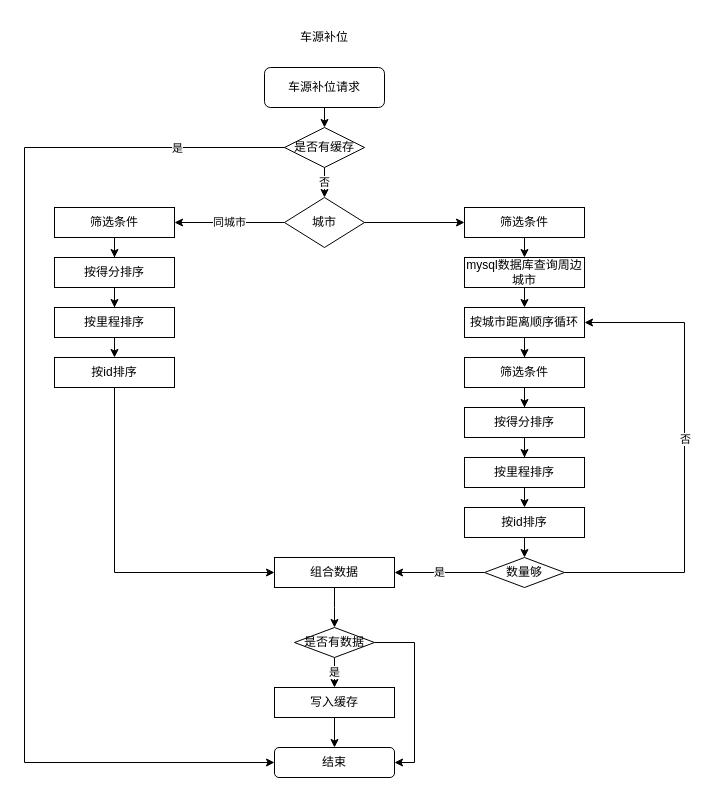
This is page "Page-1" (1 of 4) of 微信资源/Untitled Diagram.drawio from tkoncat/WeiXinMPSDK, a draw.io file, before an edit. Source tidied: cells renumbered, new cells numbered last; positions are measured from the earlier drawing's top-left corner, leaving out a move shared by most shapes. Both pictures are drawn from the tidied source at 100%, with x=0, y=0 at pixel (24, 17).
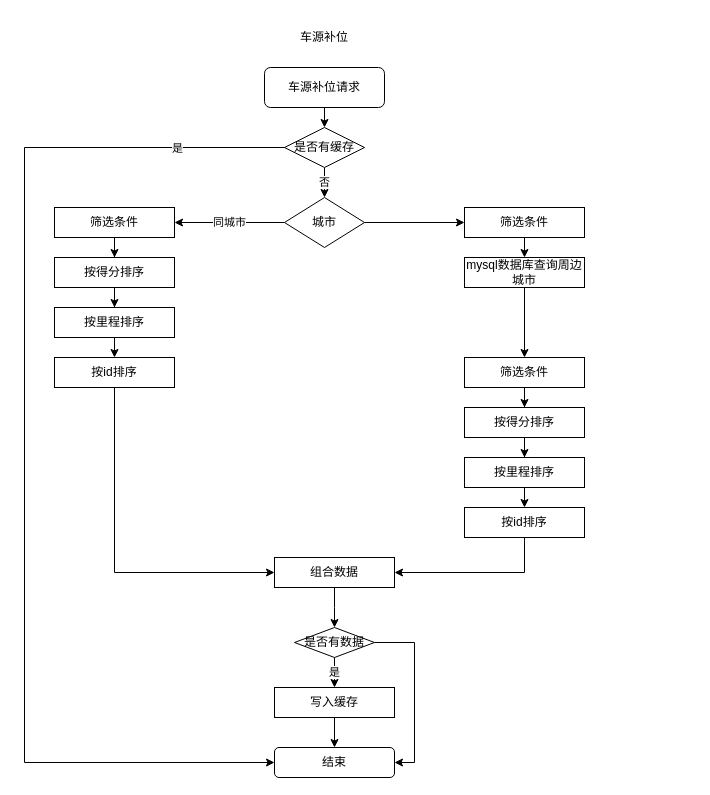
Above is the later version.

Unchanged cells that the change refers to:
```xml
<mxCell id="21" value="组合数据" style="rounded=0;whiteSpace=wrap;html=1;" parent="1" vertex="1">
  <mxGeometry x="250" y="540" width="120" height="30" as="geometry" />
</mxCell>
<mxCell id="25" value="mysql数据库查询周边城市" style="rounded=0;whiteSpace=wrap;html=1;" parent="1" vertex="1">
  <mxGeometry x="440" y="240" width="120" height="30" as="geometry" />
</mxCell>
<mxCell id="29" value="筛选条件" style="rounded=0;whiteSpace=wrap;html=1;" parent="1" vertex="1">
  <mxGeometry x="440" y="340" width="120" height="30" as="geometry" />
</mxCell>
<mxCell id="35" value="按id排序" style="rounded=0;whiteSpace=wrap;html=1;" parent="1" vertex="1">
  <mxGeometry x="440" y="490" width="120" height="30" as="geometry" />
</mxCell>
```

Diff of the diagram source:
```diff
@@
-    <mxCell id="24" style="edgeStyle=orthogonalEdgeStyle;rounded=0;jettySize=auto;html=1;exitX=0.5;exitY=1;exitDx=0;exitDy=0;entryX=0.5;entryY=0;entryDx=0;entryDy=0;" parent="1" edge="1" source="25" target="27">
-      <mxGeometry relative="1" as="geometry" />
-    </mxCell>
+    <mxCell id="46" style="edgeStyle=orthogonalEdgeStyle;rounded=0;jettySize=auto;html=1;exitX=0.5;exitY=1;exitDx=0;exitDy=0;entryX=0.5;entryY=0;entryDx=0;entryDy=0;" parent="1" edge="1" source="25" target="29">
+      <mxGeometry relative="1" as="geometry" />
+    </mxCell>
@@
-    <mxCell id="26" style="edgeStyle=orthogonalEdgeStyle;rounded=0;jettySize=auto;html=1;exitX=0.5;exitY=1;exitDx=0;exitDy=0;" parent="1" edge="1" source="27" target="29">
-      <mxGeometry relative="1" as="geometry" />
-    </mxCell>
-    <mxCell id="27" value="按城市距离顺序循环" style="rounded=0;whiteSpace=wrap;html=1;" parent="1" vertex="1">
-      <mxGeometry x="440" y="290" width="120" height="30" as="geometry" />
-    </mxCell>
@@
-    <mxCell id="34" style="edgeStyle=orthogonalEdgeStyle;rounded=0;jettySize=auto;html=1;exitX=0.5;exitY=1;exitDx=0;exitDy=0;entryX=0.5;entryY=0;entryDx=0;entryDy=0;" parent="1" edge="1" source="35" target="45">
+    <mxCell id="34" style="edgeStyle=orthogonalEdgeStyle;rounded=0;jettySize=auto;html=1;exitX=0.5;exitY=1;exitDx=0;exitDy=0;entryX=1;entryY=0.5;entryDx=0;entryDy=0;" parent="1" edge="1" source="35" target="21">
       <mxGeometry relative="1" as="geometry" />
     </mxCell>
@@
-    <mxCell id="42" value="是" style="edgeStyle=orthogonalEdgeStyle;rounded=0;jettySize=auto;html=1;" parent="1" edge="1" source="45" target="21">
-      <mxGeometry relative="1" as="geometry" />
-    </mxCell>
-    <mxCell id="43" style="edgeStyle=orthogonalEdgeStyle;rounded=0;jettySize=auto;html=1;exitX=1;exitY=0.5;exitDx=0;exitDy=0;entryX=1;entryY=0.5;entryDx=0;entryDy=0;" parent="1" edge="1" source="45" target="27">
-      <mxGeometry relative="1" as="geometry">
-        <Array as="points">
-          <mxPoint x="660" y="555" />
-          <mxPoint x="660" y="305" />
-        </Array>
-      </mxGeometry>
-    </mxCell>
-    <mxCell id="44" value="否" style="edgeLabel;html=1;align=center;verticalAlign=middle;" parent="43" vertex="1">
-      <mxGeometry x="0.08" relative="1" as="geometry" />
-    </mxCell>
-    <mxCell id="45" value="数量够" style="rhombus;whiteSpace=wrap;html=1;" parent="1" vertex="1">
-      <mxGeometry x="460" y="540" width="80" height="30" as="geometry" />
-    </mxCell>
```
